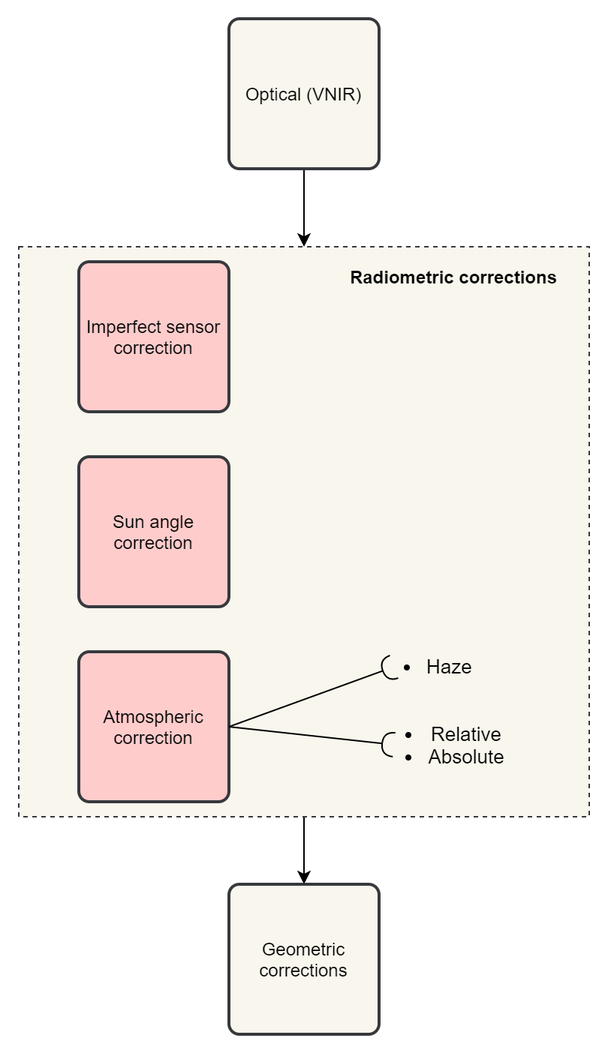
manuGil/online-core keeps this draw.io diagram as docs/source/_static/img/corrections-wkf.png. Above is the earlier version. Source tidied: cells renumbered, new cells last; positions are measured from the earlier drawing's top-left corner, leaving out a move shared by most shapes.
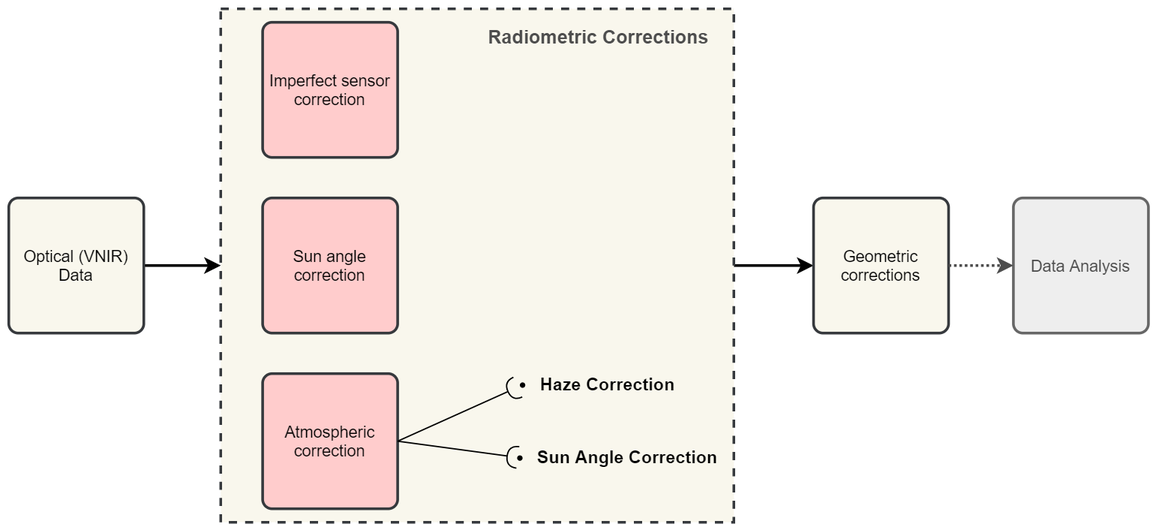
Above is the later version.

Change to the diagram source:
```diff
@@ -2,48 +2,54 @@
   <root>
     <mxCell id="0" />
     <mxCell id="1" parent="0" />
-    <mxCell id="2" style="edgeStyle=orthogonalEdgeStyle;rounded=0;jettySize=auto;html=1;entryX=0.5;entryY=0;entryDx=0;entryDy=0;fontSize=13;" parent="1" edge="1" source="3" target="9">
+    <mxCell id="2" style="edgeStyle=orthogonalEdgeStyle;rounded=0;jettySize=auto;html=1;entryX=0;entryY=0.5;entryDx=0;entryDy=0;fontSize=13;strokeWidth=2;" parent="1" edge="1" source="3" target="9">
       <mxGeometry relative="1" as="geometry" />
     </mxCell>
-    <mxCell id="3" style="whiteSpace=wrap;html=1;fillColor=#f9f7ed;dashed=1;strokeWidth=1;shadow=0;sketch=0;glass=0;rounded=0;strokeColor=#36393d;" parent="1" vertex="1">
-      <mxGeometry y="152" width="380" height="380" as="geometry" />
+    <mxCell id="3" style="whiteSpace=wrap;html=1;fillColor=#f9f7ed;dashed=1;strokeWidth=2;shadow=0;sketch=0;glass=0;rounded=0;strokeColor=#36393d;" parent="1" vertex="1">
+      <mxGeometry x="-40" y="-38" width="380" height="380" as="geometry" />
     </mxCell>
-    <mxCell id="4" style="edgeStyle=orthogonalEdgeStyle;rounded=0;jettySize=auto;html=1;entryX=0.5;entryY=0;entryDx=0;entryDy=0;fontSize=13;" parent="1" edge="1" source="5" target="3">
+    <mxCell id="4" style="edgeStyle=orthogonalEdgeStyle;rounded=0;jettySize=auto;html=1;entryX=0;entryY=0.5;entryDx=0;entryDy=0;fontSize=13;strokeWidth=2;" parent="1" edge="1" source="5" target="3">
       <mxGeometry relative="1" as="geometry" />
     </mxCell>
-    <mxCell id="5" value="Optical (VNIR)" style="rounded=1;whiteSpace=wrap;html=1;absoluteArcSize=1;arcSize=14;strokeWidth=2;fillColor=#f9f7ed;strokeColor=#36393d;" parent="1" vertex="1">
-      <mxGeometry x="140" width="100" height="100" as="geometry" />
+    <mxCell id="5" value="Optical (VNIR) Data" style="rounded=1;whiteSpace=wrap;html=1;absoluteArcSize=1;arcSize=14;strokeWidth=2;fillColor=#f9f7ed;strokeColor=#36393d;" parent="1" vertex="1">
+      <mxGeometry x="-197" y="102" width="100" height="100" as="geometry" />
     </mxCell>
     <mxCell id="6" value="Imperfect sensor correction" style="rounded=1;whiteSpace=wrap;html=1;absoluteArcSize=1;arcSize=14;strokeWidth=2;fillColor=#ffcccc;strokeColor=#36393d;" parent="1" vertex="1">
-      <mxGeometry x="40" y="162" width="100" height="100" as="geometry" />
+      <mxGeometry x="-9" y="-28" width="100" height="100" as="geometry" />
     </mxCell>
     <mxCell id="7" value="Sun angle correction" style="rounded=1;whiteSpace=wrap;html=1;absoluteArcSize=1;arcSize=14;strokeWidth=2;fillColor=#ffcccc;strokeColor=#36393d;" parent="1" vertex="1">
-      <mxGeometry x="40" y="292" width="100" height="100" as="geometry" />
+      <mxGeometry x="-9" y="102" width="100" height="100" as="geometry" />
     </mxCell>
     <mxCell id="8" value="Atmospheric correction" style="rounded=1;whiteSpace=wrap;html=1;absoluteArcSize=1;arcSize=14;strokeWidth=2;fillColor=#ffcccc;strokeColor=#36393d;" parent="1" vertex="1">
-      <mxGeometry x="40" y="422" width="100" height="100" as="geometry" />
+      <mxGeometry x="-9" y="232" width="100" height="100" as="geometry" />
     </mxCell>
     <mxCell id="9" value="Geometric corrections" style="rounded=1;whiteSpace=wrap;html=1;absoluteArcSize=1;arcSize=14;strokeWidth=2;fillColor=#f9f7ed;strokeColor=#36393d;" parent="1" vertex="1">
-      <mxGeometry x="140" y="577" width="100" height="100" as="geometry" />
+      <mxGeometry x="399" y="102" width="100" height="100" as="geometry" />
     </mxCell>
-    <mxCell id="10" value="Radiometric corrections" style="text;html=1;strokeColor=none;fillColor=none;align=center;verticalAlign=middle;whiteSpace=wrap;rounded=0;fontStyle=1;" parent="1" vertex="1">
-      <mxGeometry x="210" y="162" width="160" height="20" as="geometry" />
+    <mxCell id="10" value="Radiometric Corrections" style="text;html=1;strokeColor=none;fillColor=none;align=center;verticalAlign=middle;whiteSpace=wrap;rounded=0;fontStyle=1;labelBackgroundColor=none;fontSize=14;fontColor=#4D4D4D;" parent="1" vertex="1">
+      <mxGeometry x="150" y="-28" width="180" height="20" as="geometry" />
     </mxCell>
-    <mxCell id="11" value="&lt;ul style=&quot;font-size: 13px;&quot;&gt;&lt;li style=&quot;font-size: 13px;&quot;&gt;Relative&lt;/li&gt;&lt;li style=&quot;font-size: 13px;&quot;&gt;Absolute&lt;/li&gt;&lt;/ul&gt;" style="text;html=1;strokeColor=none;fillColor=none;align=center;verticalAlign=middle;whiteSpace=wrap;rounded=0;shadow=0;glass=0;sketch=0;fontSize=13;" parent="1" vertex="1">
-      <mxGeometry x="227" y="474" width="103" height="20" as="geometry" />
+    <mxCell id="11" value="&lt;ul style=&quot;font-size: 13px&quot;&gt;&lt;li style=&quot;font-size: 13px&quot;&gt;Sun Angle Correction&lt;/li&gt;&lt;/ul&gt;" style="text;html=1;strokeColor=none;fillColor=none;align=center;verticalAlign=middle;whiteSpace=wrap;rounded=0;shadow=0;glass=0;sketch=0;fontSize=13;fontStyle=1;" parent="1" vertex="1">
+      <mxGeometry x="153" y="284" width="177" height="20" as="geometry" />
     </mxCell>
-    <mxCell id="12" value="&lt;ul style=&quot;font-size: 13px&quot;&gt;&lt;li style=&quot;font-size: 13px&quot;&gt;Haze&lt;/li&gt;&lt;/ul&gt;" style="text;html=1;strokeColor=none;fillColor=none;align=left;verticalAlign=middle;whiteSpace=wrap;rounded=0;shadow=0;glass=0;sketch=0;fontSize=13;" parent="1" vertex="1">
-      <mxGeometry x="230" y="422" width="100" height="20" as="geometry" />
+    <mxCell id="12" value="&lt;ul style=&quot;font-size: 13px&quot;&gt;&lt;li style=&quot;font-size: 13px&quot;&gt;Haze Correction&lt;/li&gt;&lt;/ul&gt;" style="text;html=1;strokeColor=none;fillColor=none;align=left;verticalAlign=middle;whiteSpace=wrap;rounded=0;shadow=0;glass=0;sketch=0;fontSize=13;fontStyle=1;" parent="1" vertex="1">
+      <mxGeometry x="155" y="230" width="145" height="20" as="geometry" />
     </mxCell>
     <mxCell id="13" style="endArrow=halfCircle;html=1;fontSize=13;exitX=1;exitY=0.5;exitDx=0;exitDy=0;startArrow=none;startFill=0;endFill=0;" parent="1" edge="1" source="8">
       <mxGeometry relative="1" as="geometry">
-        <mxPoint x="250" y="432" as="targetPoint" />
+        <mxPoint x="180" y="242" as="targetPoint" />
       </mxGeometry>
     </mxCell>
     <mxCell id="14" style="endArrow=halfCircle;html=1;fontSize=13;exitX=1;exitY=0.5;exitDx=0;exitDy=0;endFill=0;" parent="1" edge="1" source="8">
       <mxGeometry relative="1" as="geometry">
-        <mxPoint x="250" y="484" as="targetPoint" />
+        <mxPoint x="180" y="294" as="targetPoint" />
       </mxGeometry>
     </mxCell>
+    <mxCell id="15" value="Data Analysis" style="rounded=1;whiteSpace=wrap;html=1;absoluteArcSize=1;arcSize=14;strokeWidth=2;fillColor=#eeeeee;strokeColor=#666666;fontColor=#4D4D4D;" parent="1" vertex="1">
+      <mxGeometry x="547" y="102" width="100" height="100" as="geometry" />
+    </mxCell>
+    <mxCell id="16" style="edgeStyle=orthogonalEdgeStyle;rounded=0;jettySize=auto;html=1;entryX=0;entryY=0.5;entryDx=0;entryDy=0;fontSize=13;strokeWidth=2;exitX=1;exitY=0.5;exitDx=0;exitDy=0;dashed=1;dashPattern=1 1;strokeColor=#4D4D4D;" parent="1" edge="1" source="9" target="15">
+      <mxGeometry relative="1" as="geometry" />
+    </mxCell>
   </root>
 </mxGraphModel>
```
